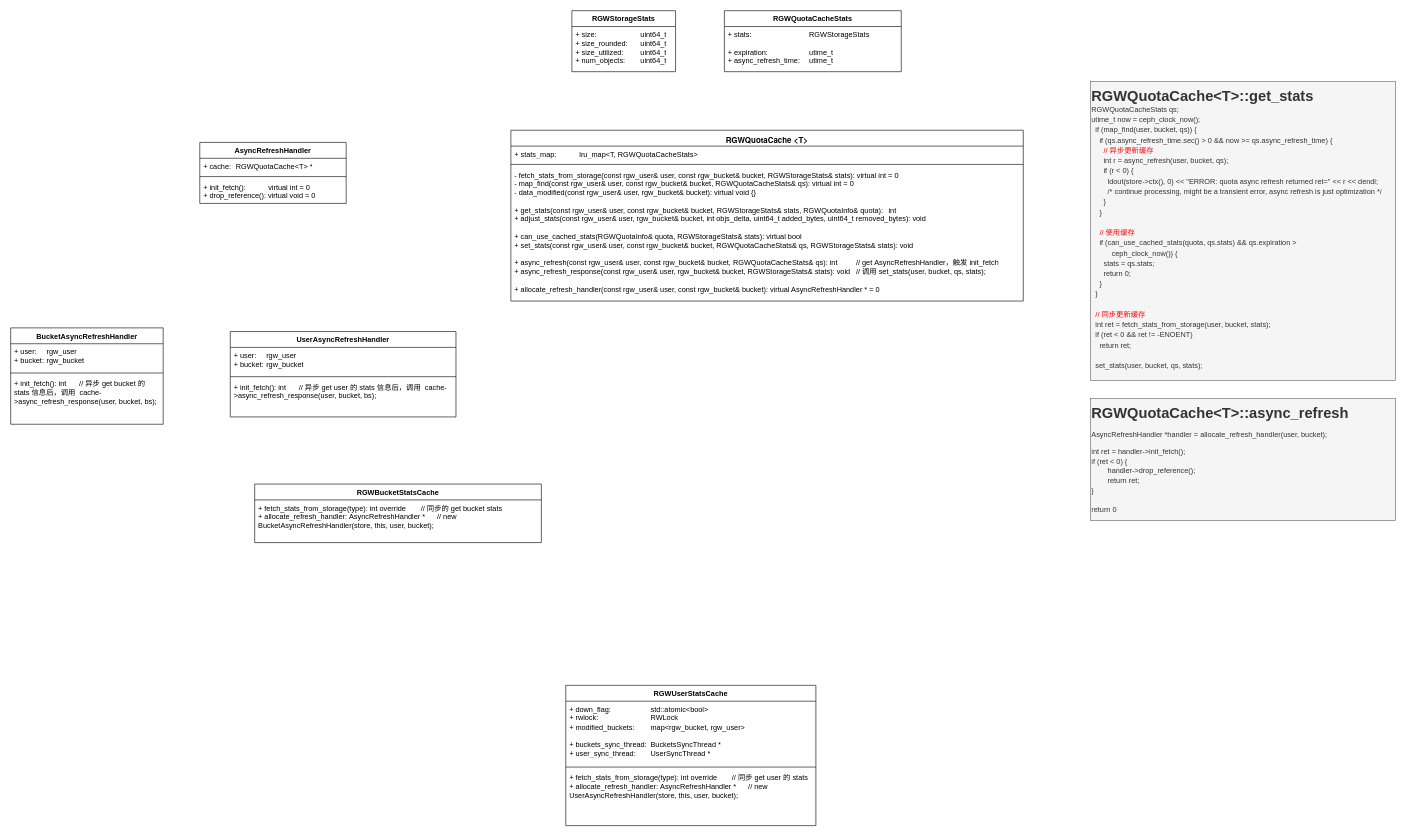
Earlier version of the draw.io diagram RGWQuotaCache.drawio (1253757553/drawIO). Source tidied: cells renumbered, new cells numbered last; positions are measured from the earlier drawing's top-left corner, leaving out a move shared by most shapes. Both pictures are drawn from the tidied source at 61%, with x=0, y=0 at pixel (10, 10).
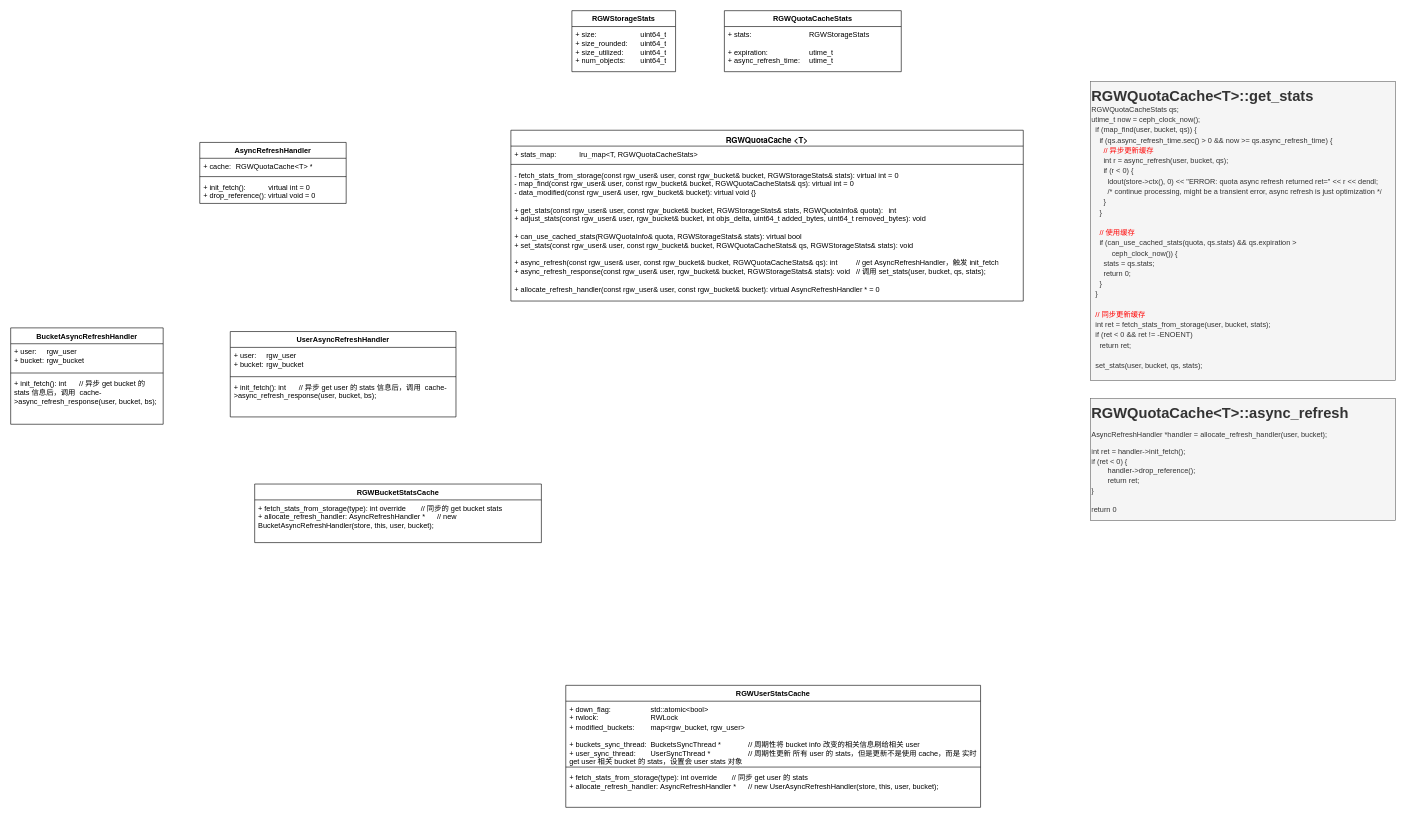
The same diagram, later.

Change to the diagram source:
```diff
@@
     <mxCell id="26" value="RGWUserStatsCache" style="swimlane;fontStyle=1;align=center;verticalAlign=top;horizontal=1;startSize=26;whiteSpace=wrap;html=1;" parent="1" vertex="1">
-      <mxGeometry x="910" y="1106" width="410" height="230" as="geometry" />
+      <mxGeometry x="910" y="1106" width="680" height="200" as="geometry" />
     </mxCell>
-    <mxCell id="27" value="+ down_flag:&lt;span style=&quot;white-space: pre;&quot;&gt;&#9;&lt;/span&gt;&lt;span style=&quot;white-space: pre;&quot;&gt;&#9;&lt;span style=&quot;white-space: pre;&quot;&gt;&#9;&lt;/span&gt;&lt;/span&gt;std::atomic&amp;lt;bool&amp;gt;&lt;div&gt;+&amp;nbsp;rwlock:&lt;span style=&quot;white-space: pre;&quot;&gt;&#9;&lt;/span&gt;&lt;span style=&quot;white-space: pre;&quot;&gt;&#9;&lt;/span&gt;&lt;span style=&quot;white-space: pre;&quot;&gt;&#9;&lt;span style=&quot;white-space: pre;&quot;&gt;&#9;&lt;/span&gt;&lt;/span&gt;&lt;span style=&quot;background-color: initial;&quot;&gt;RWLock&lt;/span&gt;&lt;/div&gt;&lt;div&gt;&lt;span style=&quot;background-color: initial;&quot;&gt;+&amp;nbsp;&lt;/span&gt;&lt;span style=&quot;background-color: initial;&quot;&gt;modified_buckets:&lt;span style=&quot;white-space: pre;&quot;&gt;&#9;&lt;/span&gt;&lt;/span&gt;&lt;span style=&quot;background-color: initial;&quot;&gt;map&amp;lt;rgw_bucket, rgw_user&amp;gt;&lt;/span&gt;&lt;/div&gt;&lt;div&gt;&lt;span style=&quot;background-color: initial;&quot;&gt;&lt;br&gt;&lt;/span&gt;&lt;/div&gt;&lt;div&gt;&lt;span style=&quot;background-color: initial;&quot;&gt;+&amp;nbsp;&lt;/span&gt;&lt;span style=&quot;background-color: initial;&quot;&gt;buckets_sync_thread:&lt;span style=&quot;white-space: pre;&quot;&gt;&#9;&lt;/span&gt;&lt;/span&gt;&lt;span style=&quot;background-color: initial;&quot;&gt;BucketsSyncThread *&lt;/span&gt;&lt;/div&gt;&lt;div&gt;&lt;span style=&quot;background-color: initial;&quot;&gt;+&amp;nbsp;&lt;/span&gt;&lt;span style=&quot;background-color: initial;&quot;&gt;user_sync_thread:&lt;span style=&quot;white-space: pre;&quot;&gt;&#9;&lt;/span&gt;&lt;/span&gt;&lt;span style=&quot;background-color: initial;&quot;&gt;UserSyncThread *&lt;/span&gt;&lt;/div&gt;" style="text;strokeColor=none;fillColor=none;align=left;verticalAlign=top;spacingLeft=4;spacingRight=4;overflow=hidden;whiteSpace=wrap;html=1;" parent="26" vertex="1">
-      <mxGeometry y="26" width="410" height="104" as="geometry" />
+    <mxCell id="27" value="+ down_flag:&lt;span style=&quot;white-space: pre;&quot;&gt;&#9;&lt;/span&gt;&lt;span style=&quot;white-space: pre;&quot;&gt;&#9;&lt;span style=&quot;white-space: pre;&quot;&gt;&#9;&lt;/span&gt;&lt;/span&gt;std::atomic&amp;lt;bool&amp;gt;&lt;div&gt;+&amp;nbsp;rwlock:&lt;span style=&quot;white-space: pre;&quot;&gt;&#9;&lt;/span&gt;&lt;span style=&quot;white-space: pre;&quot;&gt;&#9;&lt;/span&gt;&lt;span style=&quot;white-space: pre;&quot;&gt;&#9;&lt;span style=&quot;white-space: pre;&quot;&gt;&#9;&lt;/span&gt;&lt;/span&gt;&lt;span style=&quot;background-color: initial;&quot;&gt;RWLock&lt;/span&gt;&lt;/div&gt;&lt;div&gt;&lt;span style=&quot;background-color: initial;&quot;&gt;+&amp;nbsp;&lt;/span&gt;&lt;span style=&quot;background-color: initial;&quot;&gt;modified_buckets:&lt;span style=&quot;white-space: pre;&quot;&gt;&#9;&lt;/span&gt;&lt;/span&gt;&lt;span style=&quot;background-color: initial;&quot;&gt;map&amp;lt;rgw_bucket, rgw_user&amp;gt;&lt;/span&gt;&lt;/div&gt;&lt;div&gt;&lt;span style=&quot;background-color: initial;&quot;&gt;&lt;br&gt;&lt;/span&gt;&lt;/div&gt;&lt;div&gt;&lt;span style=&quot;background-color: initial;&quot;&gt;+&amp;nbsp;&lt;/span&gt;&lt;span style=&quot;background-color: initial;&quot;&gt;buckets_sync_thread:&lt;span style=&quot;white-space: pre;&quot;&gt;&#9;&lt;/span&gt;&lt;/span&gt;&lt;span style=&quot;background-color: initial;&quot;&gt;BucketsSyncThread *&lt;span style=&quot;white-space: pre;&quot;&gt;&#9;&lt;span style=&quot;white-space: pre;&quot;&gt;&#9;&lt;/span&gt;&lt;/span&gt;// 周期性将 bucket info 改变的相关信息刷给相关 user&lt;/span&gt;&lt;/div&gt;&lt;div&gt;&lt;span style=&quot;background-color: initial;&quot;&gt;+&amp;nbsp;&lt;/span&gt;&lt;span style=&quot;background-color: initial;&quot;&gt;user_sync_thread:&lt;span style=&quot;white-space: pre;&quot;&gt;&#9;&lt;/span&gt;&lt;/span&gt;&lt;span style=&quot;background-color: initial;&quot;&gt;UserSyncThread *&lt;span style=&quot;white-space: pre;&quot;&gt;&#9;&lt;/span&gt;&lt;span style=&quot;white-space: pre;&quot;&gt;&#9;&lt;span style=&quot;white-space: pre;&quot;&gt;&#9;&lt;/span&gt;// 周期性&lt;/span&gt;更新 所有 user 的 stats，但是更新不是使用 cache，而是 实时 get user 相关 bucket 的 stats，设置会 user stats 对象&lt;/span&gt;&lt;/div&gt;" style="text;strokeColor=none;fillColor=none;align=left;verticalAlign=top;spacingLeft=4;spacingRight=4;overflow=hidden;whiteSpace=wrap;html=1;" parent="26" vertex="1">
+      <mxGeometry y="26" width="680" height="104" as="geometry" />
     </mxCell>
     <mxCell id="28" style="line;strokeWidth=1;fillColor=none;align=left;verticalAlign=middle;spacingTop=-1;spacingLeft=3;spacingRight=3;labelPosition=right;strokeColor=inherit;" parent="26" vertex="1">
-      <mxGeometry y="130" width="410" height="8" as="geometry" />
+      <mxGeometry y="130" width="680" height="8" as="geometry" />
     </mxCell>
     <mxCell id="29" value="+ fetch_stats_from_storage(type): int override&lt;span style=&quot;white-space: pre;&quot;&gt;&#9;&lt;/span&gt;// 同步 get user 的 stats&lt;div&gt;+&amp;nbsp;&lt;span style=&quot;background-color: initial;&quot;&gt;allocate_refresh_handler:&amp;nbsp;AsyncRefreshHandler *&lt;span style=&quot;white-space: pre;&quot;&gt;&#9;&lt;/span&gt;//&amp;nbsp;&lt;/span&gt;&lt;span style=&quot;background-color: initial;&quot;&gt;new UserAsyncRefreshHandler(store, this, user, bucket);&lt;/span&gt;&lt;/div&gt;" style="text;strokeColor=none;fillColor=none;align=left;verticalAlign=top;spacingLeft=4;spacingRight=4;overflow=hidden;whiteSpace=wrap;html=1;" parent="26" vertex="1">
-      <mxGeometry y="138" width="410" height="92" as="geometry" />
+      <mxGeometry y="138" width="680" height="62" as="geometry" />
     </mxCell>
```
